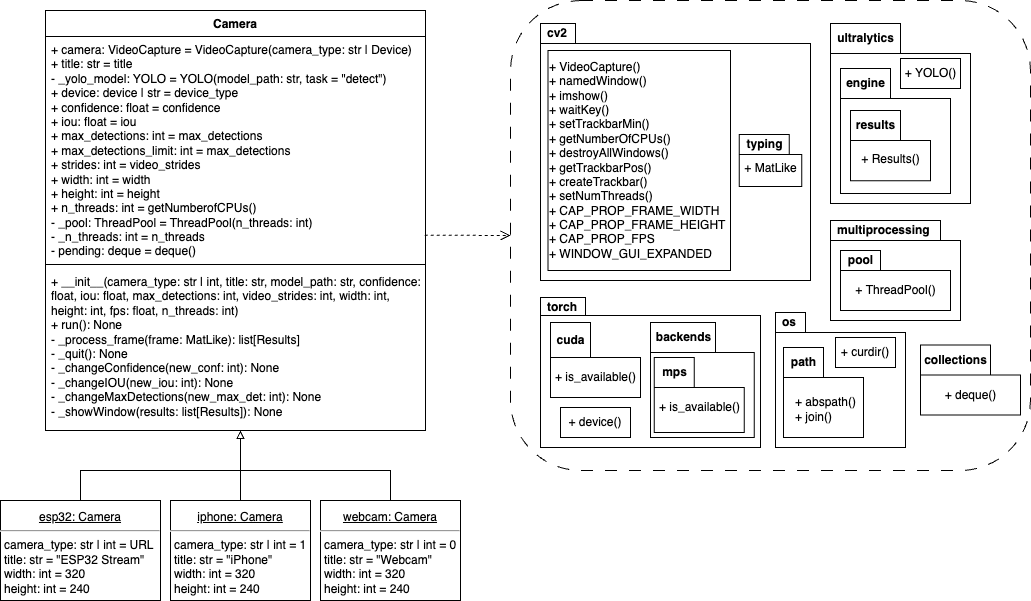
lynkos/algae-detection keeps this draw.io diagram as assets/diagrams/detection_uml.png. Above is the earlier version. Source tidied: cells renumbered, new cells last; positions are measured from the earlier drawing's top-left corner, leaving out a move shared by most shapes.
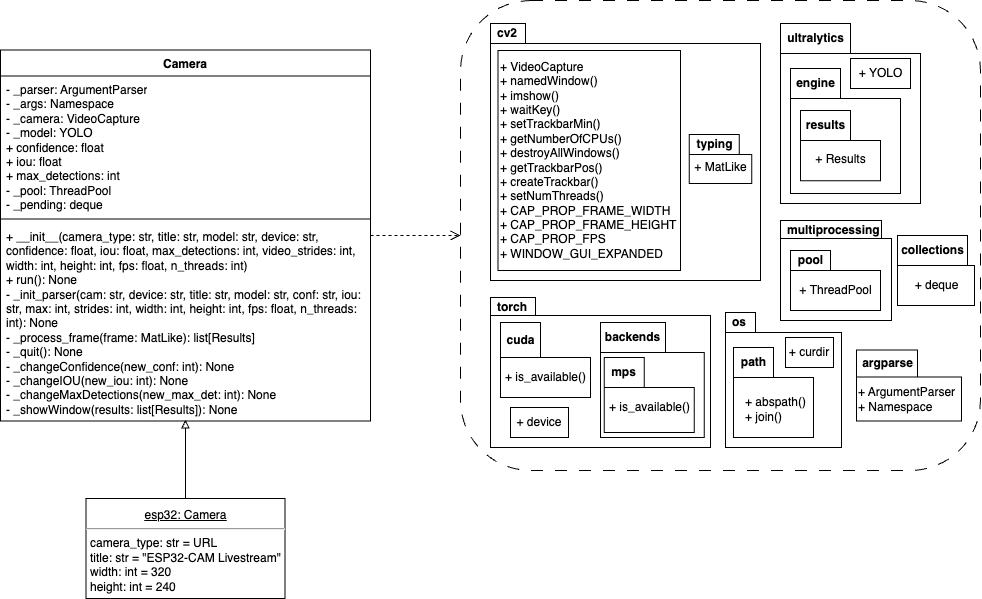
Later version of the same file.

What changed in the source:
```diff
@@ -6,19 +6,19 @@
       <mxGeometry x="510" width="520" height="470" as="geometry" />
     </mxCell>
     <mxCell id="3" value="Camera" style="swimlane;fontStyle=1;align=center;verticalAlign=top;horizontal=1;startSize=26;whiteSpace=wrap;html=1;labelBackgroundColor=none;strokeColor=#000000;fillColor=none;fontColor=#000000;" parent="1" vertex="1">
-      <mxGeometry x="45" y="10" width="380" height="420" as="geometry" />
+      <mxGeometry x="50" y="49.5" width="370" height="371" as="geometry" />
     </mxCell>
-    <mxCell id="4" value="&lt;div&gt;+ camera: VideoCapture = VideoCapture(camera_type: str | Device)&lt;br&gt;&lt;/div&gt;&lt;div&gt;+ title: str = title&lt;/div&gt;&lt;div&gt;- _yolo_model: YOLO = YOLO(model_path: str, task = &quot;detect&quot;)&lt;br&gt;&lt;/div&gt;&lt;div&gt;+ device: device | str = device_type&lt;/div&gt;&lt;div&gt;+ confidence: float = confidence&lt;/div&gt;&lt;div&gt;+ iou: float = iou&lt;/div&gt;&lt;div&gt;+ max_detections: int = max_detections&lt;/div&gt;&lt;div&gt;+ max_detections_limit: int = max_detections&lt;br&gt;&lt;/div&gt;&lt;div&gt;+ strides: int = video_strides&lt;/div&gt;&lt;div&gt;+ width: int = width&lt;/div&gt;&lt;div&gt;+ height: int = height&lt;/div&gt;&lt;div&gt;&lt;span style=&quot;&quot;&gt;+ n_threads: int = getNumberofCPUs()&lt;/span&gt;&lt;br&gt;&lt;/div&gt;&lt;div&gt;- _pool: ThreadPool = ThreadPool(n_threads: int)&lt;/div&gt;&lt;div&gt;- _n_threads: int = n_threads&lt;/div&gt;&lt;div&gt;- pending: deque = deque()&lt;br&gt;&lt;/div&gt;" style="text;strokeColor=none;fillColor=none;align=left;verticalAlign=top;spacingLeft=4;spacingRight=4;overflow=hidden;points=[[0,0.5],[1,0.5]];portConstraint=eastwest;whiteSpace=wrap;html=1;labelBackgroundColor=none;fontColor=#000000;" parent="3" vertex="1">
-      <mxGeometry y="26" width="380" height="224" as="geometry" />
+    <mxCell id="4" value="&lt;div&gt;- _parser: ArgumentParser&lt;/div&gt;&lt;div&gt;- _args: Namespace&lt;/div&gt;&lt;div&gt;- _camera: VideoCapture&lt;/div&gt;&lt;div&gt;- _model: YOLO&lt;br&gt;&lt;/div&gt;&lt;div&gt;&lt;span style=&quot;background-color: initial;&quot;&gt;+ confidence: float&lt;/span&gt;&lt;br&gt;&lt;/div&gt;&lt;div&gt;+ iou: float&lt;/div&gt;&lt;div&gt;+ max_detections: int&lt;/div&gt;&lt;div&gt;&lt;span style=&quot;background-color: initial;&quot;&gt;- _pool: ThreadPool&lt;/span&gt;&lt;br&gt;&lt;/div&gt;&lt;div&gt;&lt;span style=&quot;background-color: initial;&quot;&gt;- _pending: deque&lt;/span&gt;&lt;br&gt;&lt;/div&gt;" style="text;strokeColor=none;fillColor=none;align=left;verticalAlign=top;spacingLeft=4;spacingRight=4;overflow=hidden;points=[[0,0.5],[1,0.5]];portConstraint=eastwest;whiteSpace=wrap;html=1;labelBackgroundColor=none;fontColor=#000000;" parent="3" vertex="1">
+      <mxGeometry y="26" width="370" height="139" as="geometry" />
     </mxCell>
     <mxCell id="5" style="line;strokeWidth=1;fillColor=none;align=left;verticalAlign=middle;spacingTop=-1;spacingLeft=3;spacingRight=3;labelPosition=right;strokeColor=inherit;" parent="3" vertex="1">
-      <mxGeometry y="250" width="380" height="8" as="geometry" />
+      <mxGeometry y="165" width="370" height="8" as="geometry" />
     </mxCell>
-    <mxCell id="6" value="&lt;div&gt;+ __init__(camera_type: str | int, title: str, model_path: str, confidence: float, iou: float, max_detections: int, video_strides: int, width: int, height: int, fps: float, n_threads: int)&lt;/div&gt;&lt;div&gt;+ run(): None&lt;br&gt;&lt;/div&gt;&lt;div&gt;- _process_frame(frame: MatLike): list[Results]&lt;br&gt;&lt;/div&gt;&lt;div&gt;- _quit(): None&lt;/div&gt;&lt;div&gt;- _changeConfidence(new_conf: int): None&lt;/div&gt;&lt;div&gt;- _changeIOU(new_iou: int): None&lt;/div&gt;&lt;div&gt;- _changeMaxDetections(new_max_det: int): None&lt;/div&gt;&lt;div&gt;- _showWindow(results: list[Results]): None&lt;br&gt;&lt;/div&gt;" style="text;strokeColor=none;fillColor=none;align=left;verticalAlign=top;spacingLeft=4;spacingRight=4;overflow=hidden;points=[[0,0.5],[1,0.5]];portConstraint=eastwest;whiteSpace=wrap;html=1;labelBackgroundColor=none;fontColor=#000000;" parent="3" vertex="1">
-      <mxGeometry y="258" width="380" height="162" as="geometry" />
+    <mxCell id="6" value="&lt;div&gt;+ __init__(camera_type: str, title: str, model: str, device: str, confidence: float, iou: float, max_detections: int, video_strides: int, width: int, height: int, fps: float, n_threads: int)&lt;/div&gt;&lt;div&gt;+ run(): None&lt;br&gt;&lt;/div&gt;&lt;div&gt;- _init_parser(cam: str, device: str, title: str, model: str, conf: str, iou: str, max: int, strides: int, width: int, height: int, fps: float, n_threads: int): None&lt;/div&gt;&lt;div&gt;- _process_frame(frame: MatLike): list[Results]&lt;br&gt;&lt;/div&gt;&lt;div&gt;- _quit(): None&lt;/div&gt;&lt;div&gt;- _changeConfidence(new_conf: int): None&lt;/div&gt;&lt;div&gt;- _changeIOU(new_iou: int): None&lt;/div&gt;&lt;div&gt;- _changeMaxDetections(new_max_det: int): None&lt;/div&gt;&lt;div&gt;- _showWindow(results: list[Results]): None&lt;br&gt;&lt;/div&gt;" style="text;strokeColor=none;fillColor=none;align=left;verticalAlign=top;spacingLeft=4;spacingRight=4;overflow=hidden;points=[[0,0.5],[1,0.5]];portConstraint=eastwest;whiteSpace=wrap;html=1;labelBackgroundColor=none;fontColor=#000000;" parent="3" vertex="1">
+      <mxGeometry y="173" width="370" height="198" as="geometry" />
     </mxCell>
-    <mxCell id="7" value="&lt;b&gt;multiprocessing&lt;/b&gt;" style="shape=folder;xSize=90;align=left;spacingLeft=10;align=left;verticalAlign=top;spacingLeft=5;spacingTop=-4;tabWidth=110;tabHeight=20;tabPosition=left;html=1;fontColor=#000000;fillColor=none;strokeColor=#000000;" parent="1" vertex="1">
-      <mxGeometry x="830" y="220" width="130" height="100" as="geometry" />
+    <mxCell id="7" value="&lt;b&gt;multiprocessing&lt;/b&gt;" style="shape=folder;xSize=90;align=left;spacingLeft=10;align=left;verticalAlign=top;spacingLeft=5;spacingTop=-4;tabWidth=102;tabHeight=18;tabPosition=left;html=1;fontColor=#000000;fillColor=none;strokeColor=#000000;" parent="1" vertex="1">
+      <mxGeometry x="830" y="220" width="111" height="100" as="geometry" />
     </mxCell>
     <mxCell id="8" value="&lt;b&gt;torch&lt;/b&gt;" style="shape=folder;xSize=90;align=left;spacingLeft=10;align=left;verticalAlign=top;spacingLeft=5;spacingTop=-4;tabWidth=45;tabHeight=18;tabPosition=left;html=1;fontColor=#000000;fillColor=none;strokeColor=#000000;" parent="1" vertex="1">
       <mxGeometry x="540" y="297" width="220" height="150" as="geometry" />
@@ -34,8 +34,8 @@
         <mxPoint y="30" as="offset" />
       </mxGeometry>
     </mxCell>
-    <mxCell id="12" value="&lt;span style=&quot;text-align: left;&quot;&gt;+&amp;nbsp;&lt;/span&gt;device()" style="rounded=0;whiteSpace=wrap;html=1;fillColor=none;fontColor=#000000;strokeColor=#000000;" parent="8" vertex="1">
-      <mxGeometry x="20" y="110" width="70" height="30" as="geometry" />
+    <mxCell id="12" value="&lt;span style=&quot;text-align: left;&quot;&gt;+&amp;nbsp;&lt;/span&gt;device" style="rounded=0;whiteSpace=wrap;html=1;fillColor=none;fontColor=#000000;strokeColor=#000000;" parent="8" vertex="1">
+      <mxGeometry x="20" y="110" width="58" height="30" as="geometry" />
     </mxCell>
     <mxCell id="13" value="cuda" style="shape=folder;fontStyle=1;tabWidth=40;tabHeight=35;tabPosition=left;html=1;boundedLbl=1;labelInHeader=1;fillColor=none;fontColor=#000000;strokeColor=#000000;" parent="8" vertex="1">
       <mxGeometry x="10" y="25" width="90" height="75" as="geometry" />
@@ -48,7 +48,7 @@
     <mxCell id="15" value="ultralytics" style="shape=folder;fontStyle=1;tabWidth=70;tabHeight=30;tabPosition=left;html=1;boundedLbl=1;labelInHeader=1;fillColor=none;fontColor=#000000;strokeColor=#000000;" parent="1" vertex="1">
       <mxGeometry x="830" y="23" width="140" height="180" as="geometry" />
     </mxCell>
-    <mxCell id="16" value="+ YOLO()" style="html=1;fillColor=none;fontColor=#000000;strokeColor=#000000;" parent="15" vertex="1">
+    <mxCell id="16" value="+ YOLO" style="html=1;fillColor=none;fontColor=#000000;strokeColor=#000000;" parent="15" vertex="1">
       <mxGeometry width="60" height="30" relative="1" as="geometry">
         <mxPoint x="70" y="35" as="offset" />
       </mxGeometry>
@@ -57,10 +57,10 @@
       <mxGeometry x="10" y="45" width="110" height="125" as="geometry" />
     </mxCell>
     <mxCell id="18" value="pool" style="shape=folder;fontStyle=1;tabWidth=40;tabHeight=20;tabPosition=left;html=1;boundedLbl=1;labelInHeader=1;fillColor=none;fontColor=#000000;strokeColor=#000000;" parent="1" vertex="1">
-      <mxGeometry x="840" y="250" width="110" height="60" as="geometry" />
+      <mxGeometry x="840" y="250" width="90" height="60" as="geometry" />
     </mxCell>
-    <mxCell id="19" value="&lt;span style=&quot;text-align: left;&quot;&gt;+&amp;nbsp;&lt;/span&gt;ThreadPool()" style="html=1;strokeColor=none;fillColor=none;fontColor=#000000;" parent="18" vertex="1">
-      <mxGeometry width="110" height="40" relative="1" as="geometry">
+    <mxCell id="19" value="&lt;span style=&quot;text-align: left;&quot;&gt;+&amp;nbsp;&lt;/span&gt;ThreadPool" style="html=1;strokeColor=none;fillColor=none;fontColor=#000000;" parent="18" vertex="1">
+      <mxGeometry width="90" height="40" relative="1" as="geometry">
         <mxPoint y="20" as="offset" />
       </mxGeometry>
     </mxCell>
@@ -68,29 +68,29 @@
       <mxGeometry x="540" y="23" width="270" height="257" as="geometry" />
     </mxCell>
     <mxCell id="21" value="typing" style="shape=folder;fontStyle=1;tabWidth=50;tabHeight=20;tabPosition=left;html=1;boundedLbl=1;labelInHeader=1;fillColor=none;fontColor=#000000;strokeColor=#000000;" parent="1" vertex="1">
-      <mxGeometry x="738.8" y="134" width="62.5" height="52" as="geometry" />
+      <mxGeometry x="738.8" y="134" width="62.5" height="49" as="geometry" />
     </mxCell>
     <mxCell id="22" value="+ MatLike" style="html=1;strokeColor=none;fillColor=none;fontColor=#000000;" parent="21" vertex="1">
-      <mxGeometry width="62.5" height="30" relative="1" as="geometry">
+      <mxGeometry width="62.5" height="28.27" relative="1" as="geometry">
         <mxPoint y="19" as="offset" />
       </mxGeometry>
     </mxCell>
-    <mxCell id="23" value="+ VideoCapture()&lt;br&gt;+ namedWindow()&lt;br&gt;+&amp;nbsp;imshow()&lt;br&gt;+&amp;nbsp;waitKey()&lt;br&gt;+&amp;nbsp;setTrackbarMin()&lt;br&gt;+&amp;nbsp;getNumberOfCPUs()&lt;br&gt;+&amp;nbsp;destroyAllWindows()&lt;br&gt;+&amp;nbsp;getTrackbarPos()&lt;br&gt;+&amp;nbsp;createTrackbar()&lt;br&gt;+&amp;nbsp;setNumThreads()&lt;br&gt;+&amp;nbsp;CAP_PROP_FRAME_WIDTH&lt;br&gt;+&amp;nbsp;CAP_PROP_FRAME_HEIGHT&lt;br&gt;+&amp;nbsp;CAP_PROP_FPS&lt;br&gt;+&amp;nbsp;WINDOW_GUI_EXPANDED" style="rounded=0;whiteSpace=wrap;html=1;fillColor=none;align=left;strokeColor=#000000;fontColor=#000000;" parent="1" vertex="1">
+    <mxCell id="23" value="+ VideoCapture&lt;br&gt;+ namedWindow()&lt;br&gt;+&amp;nbsp;imshow()&lt;br&gt;+&amp;nbsp;waitKey()&lt;br&gt;+&amp;nbsp;setTrackbarMin()&lt;br&gt;+&amp;nbsp;getNumberOfCPUs()&lt;br&gt;+&amp;nbsp;destroyAllWindows()&lt;br&gt;+&amp;nbsp;getTrackbarPos()&lt;br&gt;+&amp;nbsp;createTrackbar()&lt;br&gt;+&amp;nbsp;setNumThreads()&lt;br&gt;+&amp;nbsp;CAP_PROP_FRAME_WIDTH&lt;br&gt;+&amp;nbsp;CAP_PROP_FRAME_HEIGHT&lt;br&gt;+&amp;nbsp;CAP_PROP_FPS&lt;br&gt;+&amp;nbsp;WINDOW_GUI_EXPANDED" style="rounded=0;whiteSpace=wrap;html=1;fillColor=none;align=left;strokeColor=#000000;fontColor=#000000;" parent="1" vertex="1">
       <mxGeometry x="547.5" y="50" width="182.5" height="220" as="geometry" />
     </mxCell>
     <mxCell id="24" value="collections" style="shape=folder;fontStyle=1;tabWidth=70;tabHeight=30;tabPosition=left;html=1;boundedLbl=1;labelInHeader=1;fillColor=none;strokeColor=#000000;fontColor=#000000;" parent="1" vertex="1">
-      <mxGeometry x="920" y="344.5" width="100" height="70" as="geometry" />
+      <mxGeometry x="947" y="235" width="77" height="70" as="geometry" />
     </mxCell>
-    <mxCell id="25" value="&lt;span style=&quot;text-align: left;&quot;&gt;+&amp;nbsp;&lt;/span&gt;deque()" style="html=1;strokeColor=none;fillColor=none;fontColor=#000000;" parent="24" vertex="1">
-      <mxGeometry width="100" height="40" relative="1" as="geometry">
+    <mxCell id="25" value="&lt;span style=&quot;text-align: left;&quot;&gt;+&amp;nbsp;&lt;/span&gt;deque" style="html=1;strokeColor=none;fillColor=none;fontColor=#000000;" parent="24" vertex="1">
+      <mxGeometry width="77" height="40" relative="1" as="geometry">
         <mxPoint y="30" as="offset" />
       </mxGeometry>
     </mxCell>
     <mxCell id="26" value="&lt;b&gt;os&lt;/b&gt;" style="shape=folder;xSize=90;align=left;spacingLeft=10;align=left;verticalAlign=top;spacingLeft=5;spacingTop=-4;tabWidth=30;tabHeight=20;tabPosition=left;html=1;fontColor=#000000;fillColor=none;strokeColor=#000000;" parent="1" vertex="1">
-      <mxGeometry x="775" y="312" width="130" height="135" as="geometry" />
+      <mxGeometry x="775" y="312" width="116" height="135" as="geometry" />
     </mxCell>
-    <mxCell id="27" value="&lt;span style=&quot;text-align: left;&quot;&gt;+&amp;nbsp;&lt;/span&gt;curdir()" style="rounded=0;whiteSpace=wrap;html=1;fillColor=none;fontColor=#000000;strokeColor=#000000;" parent="26" vertex="1">
-      <mxGeometry x="60" y="25" width="60" height="30" as="geometry" />
+    <mxCell id="27" value="&lt;span style=&quot;text-align: left;&quot;&gt;+&amp;nbsp;&lt;/span&gt;curdir" style="rounded=0;whiteSpace=wrap;html=1;fillColor=none;fontColor=#000000;strokeColor=#000000;" parent="26" vertex="1">
+      <mxGeometry x="60" y="25" width="48" height="30" as="geometry" />
     </mxCell>
     <mxCell id="28" value="path" style="shape=folder;fontStyle=1;tabWidth=40;tabHeight=30;tabPosition=left;html=1;boundedLbl=1;labelInHeader=1;fillColor=none;fontColor=#000000;strokeColor=#000000;" parent="26" vertex="1">
       <mxGeometry x="8" y="35" width="80" height="90" as="geometry" />
@@ -100,33 +100,32 @@
         <mxPoint x="10" y="30" as="offset" />
       </mxGeometry>
     </mxCell>
-    <mxCell id="30" style="endArrow=open;startArrow=none;endFill=0;startFill=0;endSize=8;html=1;verticalAlign=bottom;dashed=1;labelBackgroundColor=none;entryX=0;entryY=0.5;entryDx=0;entryDy=0;exitX=0.998;exitY=0.887;exitDx=0;exitDy=0;exitPerimeter=0;fontColor=#000000;strokeColor=#000000;" parent="1" edge="1" source="4" target="2">
-      <mxGeometry relative="1" as="geometry" />
+    <mxCell id="30" style="endArrow=open;startArrow=none;endFill=0;startFill=0;endSize=8;html=1;verticalAlign=bottom;dashed=1;labelBackgroundColor=none;entryX=0;entryY=0.5;entryDx=0;entryDy=0;fontColor=#000000;strokeColor=#000000;" parent="1" edge="1" target="2">
+      <mxGeometry relative="1" as="geometry">
+        <mxPoint x="420" y="235" as="sourcePoint" />
+      </mxGeometry>
     </mxCell>
-    <mxCell id="31" style="shape=partialRectangle;whiteSpace=wrap;html=1;bottom=1;right=1;left=1;top=0;fillColor=none;routingCenterX=-0.5;rotation=-180;fontColor=#000000;strokeColor=#000000;" parent="1" vertex="1">
-      <mxGeometry x="80" y="470" width="310" height="30" as="geometry" />
-    </mxCell>
-    <mxCell id="32" style="endArrow=block;html=1;endFill=0;exitX=0.5;exitY=0;exitDx=0;exitDy=0;fontColor=#000000;strokeColor=#000000;labelBackgroundColor=none;" parent="1" edge="1" source="36">
-      <mxGeometry relative="1" as="geometry">
-        <mxPoint x="240" y="430" as="targetPoint" />
-      </mxGeometry>
+    <mxCell id="32" style="endArrow=block;html=1;endFill=0;exitX=0.5;exitY=0;exitDx=0;exitDy=0;fontColor=#000000;strokeColor=#000000;labelBackgroundColor=none;entryX=0.5;entryY=0.994;entryDx=0;entryDy=0;entryPerimeter=0;" parent="1" edge="1" source="35" target="6">
+      <mxGeometry relative="1" as="geometry" />
     </mxCell>
     <mxCell id="33" value="results" style="shape=folder;fontStyle=1;tabWidth=50;tabHeight=30;tabPosition=left;html=1;boundedLbl=1;labelInHeader=1;fillColor=none;fontColor=#000000;strokeColor=#000000;" parent="1" vertex="1">
       <mxGeometry x="850" y="110" width="80" height="70.3" as="geometry" />
     </mxCell>
-    <mxCell id="34" value="&lt;span style=&quot;text-align: left;&quot;&gt;+&amp;nbsp;&lt;/span&gt;Results()" style="html=1;strokeColor=none;fillColor=none;fontColor=#000000;" parent="33" vertex="1">
+    <mxCell id="34" value="&lt;span style=&quot;text-align: left;&quot;&gt;+&amp;nbsp;&lt;/span&gt;Results" style="html=1;strokeColor=none;fillColor=none;fontColor=#000000;" parent="33" vertex="1">
       <mxGeometry width="80" height="37.51" relative="1" as="geometry">
         <mxPoint y="30" as="offset" />
       </mxGeometry>
     </mxCell>
-    <mxCell id="35" value="&lt;p style=&quot;margin:0px;margin-top:10px;text-align:center;text-decoration:underline;&quot;&gt;esp32: Camera&lt;br&gt;&lt;/p&gt;&lt;hr&gt;&lt;p style=&quot;margin:0px;margin-top:4px;margin-left:4px;text-align:left;&quot;&gt;camera_type: str | int = URL&lt;br&gt;&lt;span style=&quot;&quot;&gt;title: str = &quot;ESP32 Stream&quot;&lt;br&gt;&lt;/span&gt;&lt;span style=&quot;&quot;&gt;width: int = 320&lt;br&gt;&lt;/span&gt;&lt;span style=&quot;&quot;&gt;height: int = 240&lt;/span&gt;&lt;/p&gt;" style="shape=rect;html=1;overflow=fill;whiteSpace=wrap;labelBackgroundColor=none;fillColor=none;fontColor=#000000;strokeColor=#000000;" parent="1" vertex="1">
-      <mxGeometry y="500" width="160" height="100" as="geometry" />
+    <mxCell id="35" value="&lt;p style=&quot;margin:0px;margin-top:10px;text-align:center;text-decoration:underline;&quot;&gt;esp32: Camera&lt;br&gt;&lt;/p&gt;&lt;hr&gt;&lt;p style=&quot;margin:0px;margin-top:4px;margin-left:4px;text-align:left;&quot;&gt;camera_type: str = URL&lt;br&gt;&lt;span style=&quot;&quot;&gt;title: str = &quot;ESP32-CAM Livestream&quot;&lt;br&gt;&lt;/span&gt;&lt;span style=&quot;&quot;&gt;width: int = 320&lt;br&gt;&lt;/span&gt;&lt;span style=&quot;&quot;&gt;height: int = 240&lt;/span&gt;&lt;/p&gt;" style="shape=rect;html=1;overflow=fill;whiteSpace=wrap;labelBackgroundColor=none;fillColor=none;fontColor=#000000;strokeColor=#000000;" parent="1" vertex="1">
+      <mxGeometry x="135.5" y="498" width="199" height="100" as="geometry" />
     </mxCell>
-    <mxCell id="36" value="&lt;p style=&quot;margin:0px;margin-top:10px;text-align:center;text-decoration:underline;&quot;&gt;iphone: Camera&lt;br&gt;&lt;/p&gt;&lt;hr&gt;&lt;p style=&quot;margin:0px;margin-top:4px;margin-left:4px;text-align:left;&quot;&gt;camera_type: str | int = 1&lt;br&gt;&lt;span style=&quot;&quot;&gt;title: str = &quot;iPhone&quot;&lt;br&gt;&lt;/span&gt;&lt;span style=&quot;&quot;&gt;width: int = 320&lt;br&gt;&lt;/span&gt;&lt;span style=&quot;&quot;&gt;height: int = 240&lt;/span&gt;&lt;/p&gt;" style="shape=rect;html=1;overflow=fill;whiteSpace=wrap;labelBackgroundColor=none;fillColor=none;fontColor=#000000;strokeColor=#000000;" parent="1" vertex="1">
-      <mxGeometry x="170" y="500" width="140" height="100" as="geometry" />
-    </mxCell>
-    <mxCell id="37" value="&lt;p style=&quot;margin:0px;margin-top:10px;text-align:center;text-decoration:underline;&quot;&gt;webcam: Camera&lt;br&gt;&lt;/p&gt;&lt;hr&gt;&lt;p style=&quot;margin:0px;margin-top:4px;margin-left:4px;text-align:left;&quot;&gt;camera_type: str | int = 0&lt;br&gt;&lt;span style=&quot;&quot;&gt;title: str = &quot;Webcam&quot;&lt;br&gt;&lt;/span&gt;&lt;span style=&quot;&quot;&gt;width: int = 320&lt;br&gt;&lt;/span&gt;&lt;span style=&quot;&quot;&gt;height: int = 240&lt;/span&gt;&lt;/p&gt;" style="shape=rect;html=1;overflow=fill;whiteSpace=wrap;labelBackgroundColor=none;fillColor=none;fontColor=#000000;strokeColor=#000000;" parent="1" vertex="1">
-      <mxGeometry x="320" y="500" width="140" height="100" as="geometry" />
+    <mxCell id="37" value="argparse" style="shape=folder;fontStyle=1;tabWidth=61;tabHeight=27;tabPosition=left;html=1;boundedLbl=1;labelInHeader=1;fillColor=none;fontColor=#000000;strokeColor=#000000;" parent="1" vertex="1">
+      <mxGeometry x="906" y="349.5" width="105" height="71" as="geometry" />
     </mxCell>
+    <mxCell id="38" value="+ ArgumentParser&lt;br&gt;+ Namespace" style="html=1;strokeColor=none;fillColor=none;align=left;fontColor=#000000;" parent="37" vertex="1">
+      <mxGeometry width="104.36" height="53.64" relative="1" as="geometry">
+        <mxPoint y="23" as="offset" />
+      </mxGeometry>
+    </mxCell>
   </root>
 </mxGraphModel>
```
